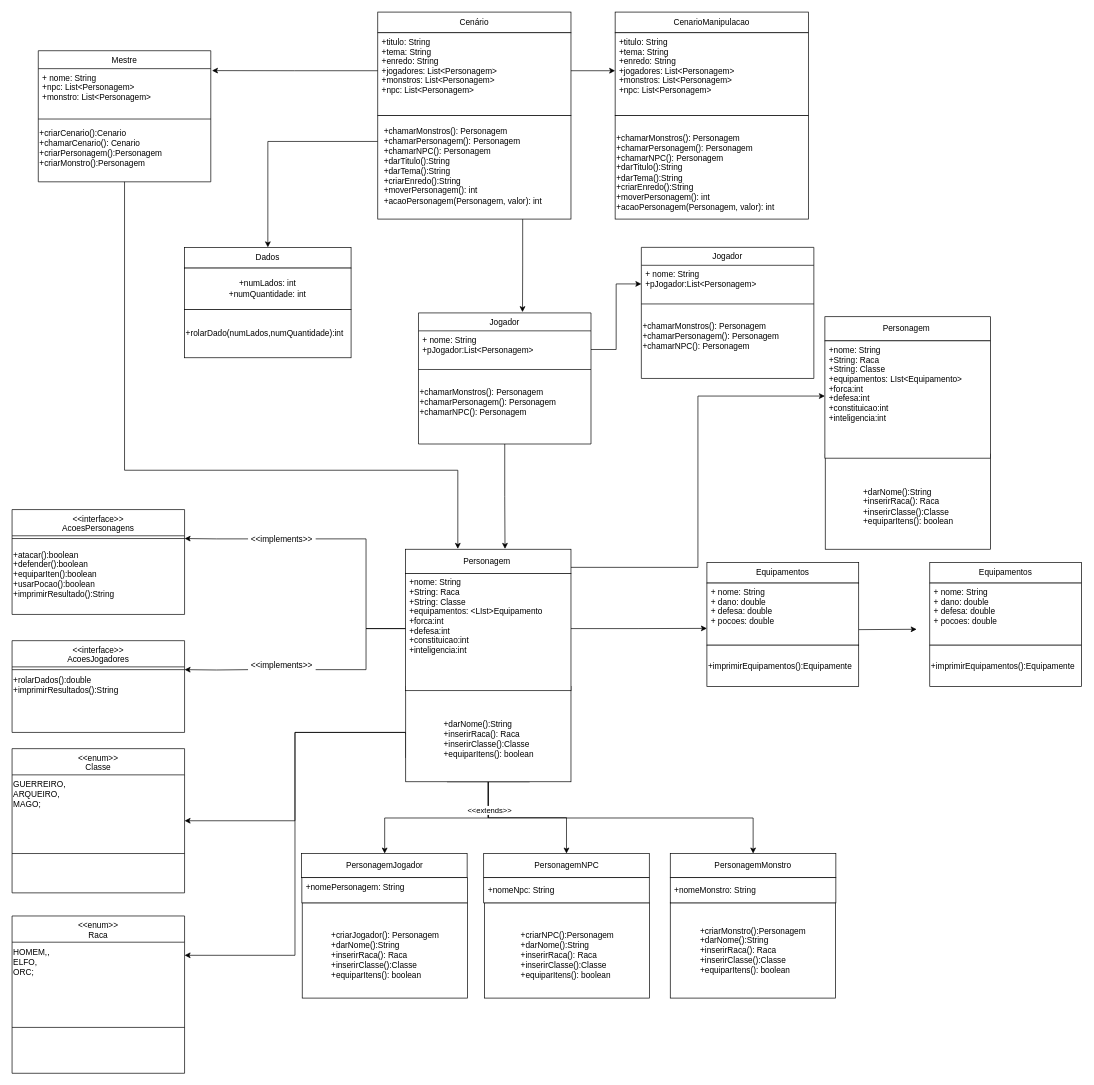
The draw.io diagram diagrama-trabalho-final-rpg.drawio in MrMoisesNoah/MestresDoRPG-trabalho-programaVemSerDBC, before the edit. Source tidied: cells renumbered, new cells numbered last; positions are measured from the earlier drawing's top-left corner, leaving out a move shared by most shapes. Both pictures are drawn from the tidied source at 69%, with x=0, y=0 at pixel (12, 12).
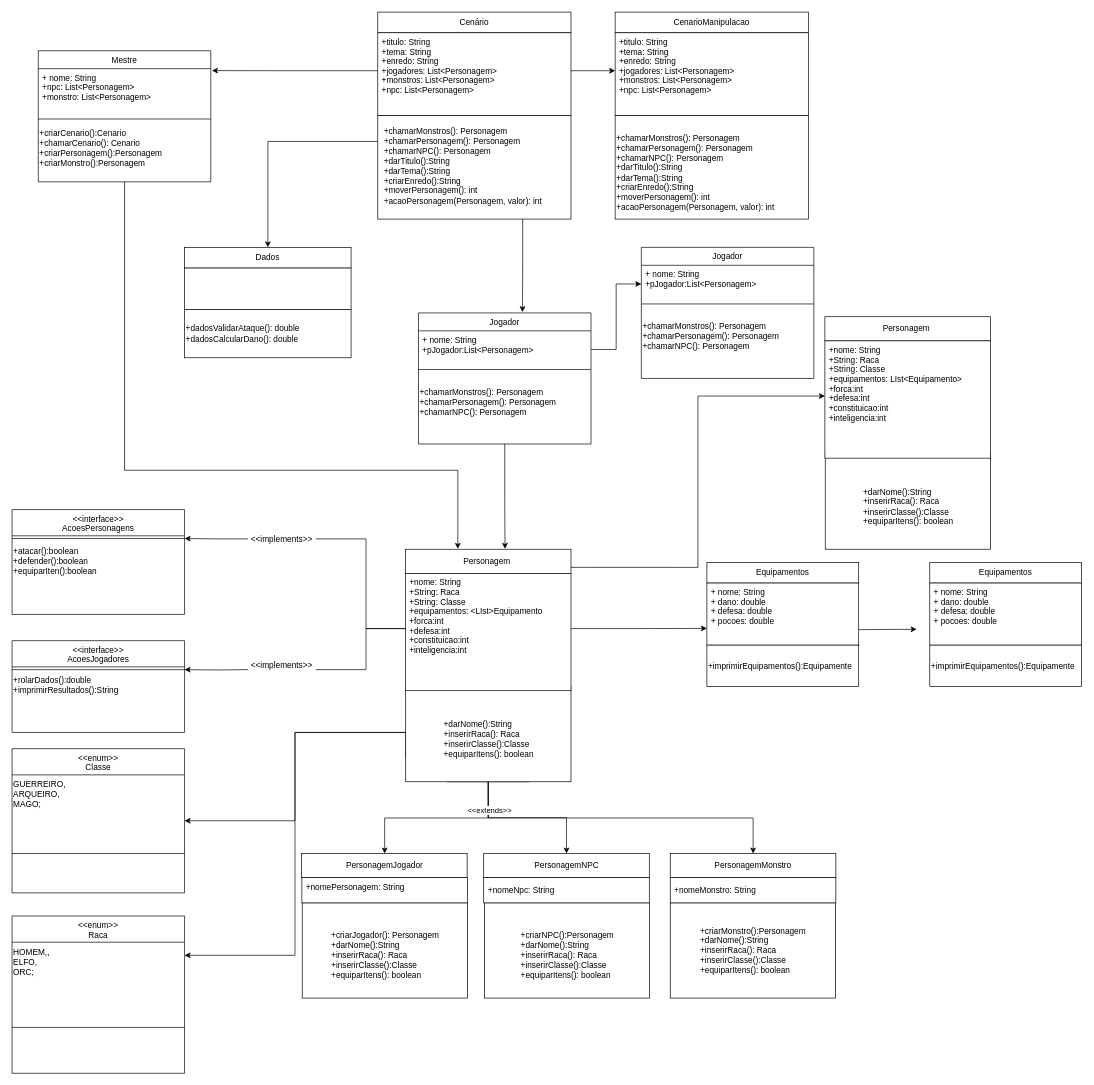
The same page after the edit.

Unchanged cells that the change refers to:
```xml
<mxCell id="44" value="&lt;&lt;interface&gt;&gt;&#10;AcoesPersonagens" style="swimlane;fontStyle=0;align=center;verticalAlign=top;horizontal=1;startSize=38;rounded=0;shadow=0;strokeWidth=1;" parent="1" vertex="1">
  <mxGeometry y="721" width="250" height="152" as="geometry" />
</mxCell>
```

The edit, as a diff of the source:
```diff
@@
-    <mxCell id="37" value="+numLados: int&lt;br&gt;+numQuantidade: int&lt;br&gt;" style="rounded=0;whiteSpace=wrap;html=1;" parent="1" vertex="1">
+    <mxCell id="37" style="rounded=0;whiteSpace=wrap;html=1;" parent="1" vertex="1">
       <mxGeometry x="250" y="371" width="241.3" height="60" as="geometry" />
     </mxCell>
-    <mxCell id="38" value="+rolarDado(numLados,numQuantidade):int" style="rounded=0;whiteSpace=wrap;html=1;align=left;" parent="1" vertex="1">
+    <mxCell id="38" value="+dadosValidarAtaque(): double&lt;br&gt;+dadosCalcularDano(): double" style="rounded=0;whiteSpace=wrap;html=1;align=left;" parent="1" vertex="1">
       <mxGeometry x="250" y="431" width="241.3" height="70" as="geometry" />
     </mxCell>
@@
-    <mxCell id="46" value="+atacar():boolean&lt;br&gt;+defender():boolean&lt;br&gt;+equiparIten():boolean&lt;br&gt;+usarPocao():boolean&lt;br&gt;+imprimirResultado():String" style="text;html=1;align=left;verticalAlign=middle;strokeColor=none;fillColor=none;" parent="44" vertex="1">
-      <mxGeometry y="46" width="250" height="95" as="geometry" />
+    <mxCell id="46" value="+atacar():boolean&lt;br&gt;+defender():boolean&lt;br&gt;+equiparIten():boolean" style="text;html=1;align=left;verticalAlign=middle;strokeColor=none;fillColor=none;" parent="44" vertex="1">
+      <mxGeometry y="46" width="250" height="57" as="geometry" />
     </mxCell>
```
